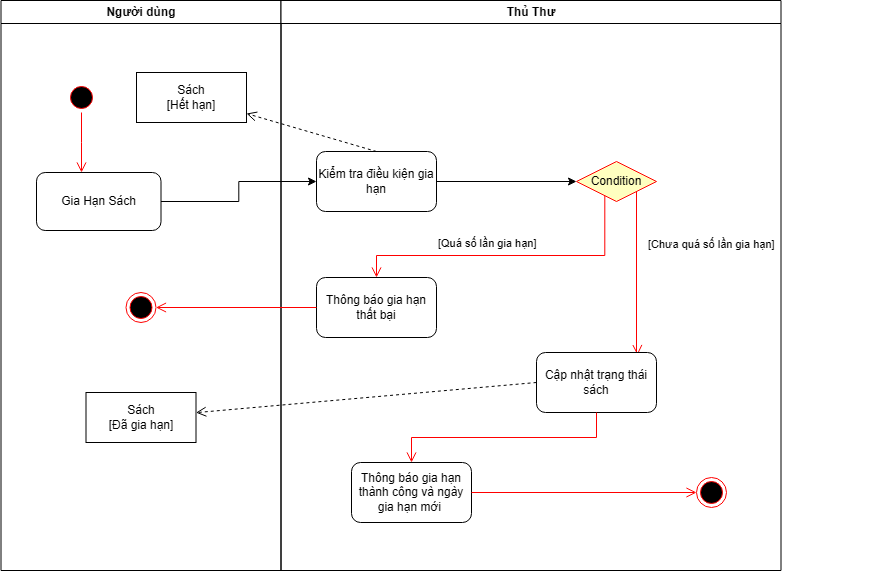
Earlier version of the draw.io export Activity Diagram/UC gia hạn sách/UC Gia Hạn Sách.png (kimcuongdev/LibrarySystemAD). Source tidied: cells renumbered, new cells last; positions are measured from the earlier drawing's top-left corner, leaving out a move shared by most shapes.
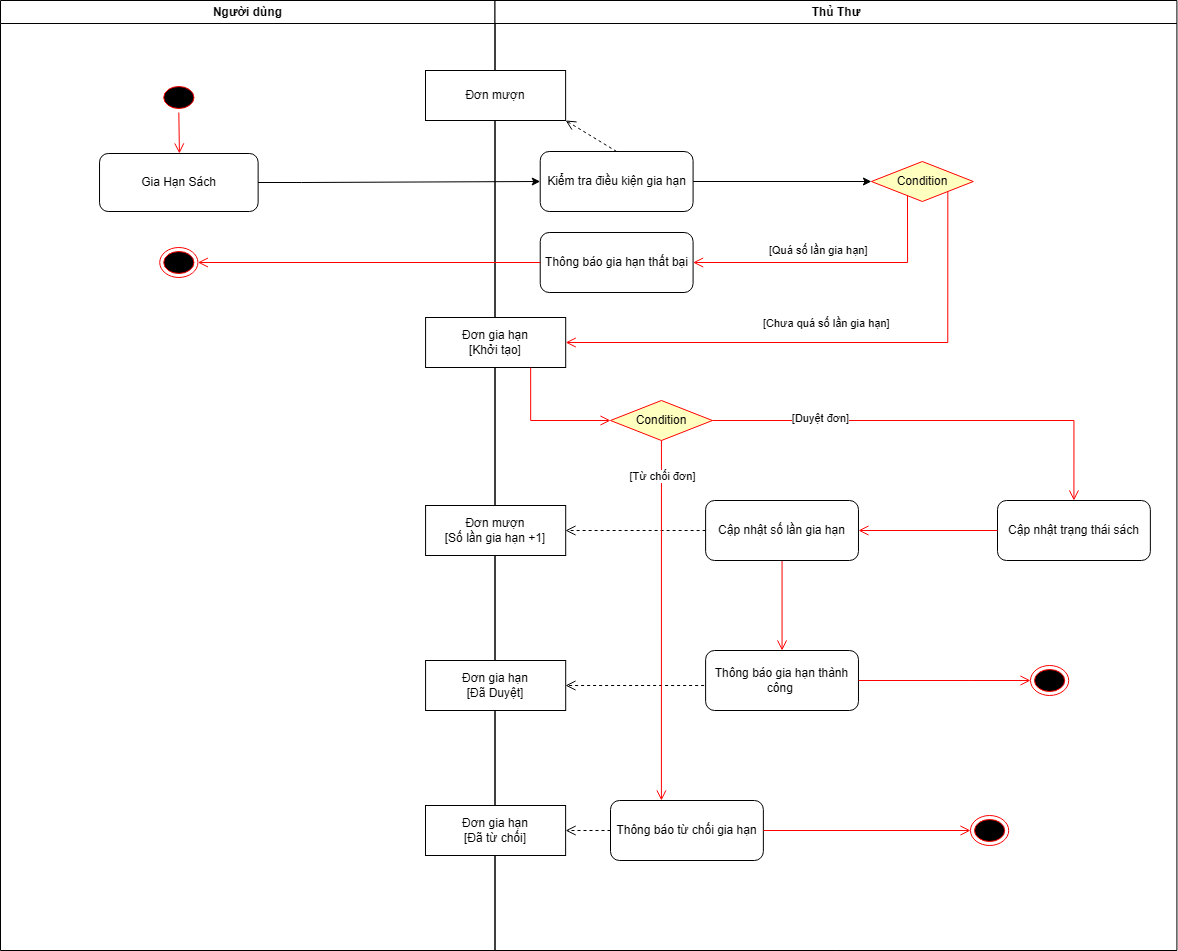
Above is the later version.

The edit, as a diff of the source:
```diff
@@ -2,87 +2,165 @@
   <root>
     <mxCell id="0" />
     <mxCell id="1" parent="0" />
-    <mxCell id="2" style="group;" parent="1" vertex="1">
-      <mxGeometry x="50.5" width="840" height="570" as="geometry" />
-    </mxCell>
+    <mxCell id="26" style="group;" parent="1" vertex="1">
+      <mxGeometry x="-1264" y="-88" width="1176.4" height="950" as="geometry" />
+    </mxCell>
-    <mxCell id="3" value="Người dùng" style="swimlane;whiteSpace=wrap;" parent="2" vertex="1">
-      <mxGeometry x="-50" width="280" height="570" as="geometry" />
+    <mxCell id="3" value="Người dùng" style="swimlane;whiteSpace=wrap;" parent="26" vertex="1">
+      <mxGeometry width="494.5" height="950" as="geometry" />
     </mxCell>
     <mxCell id="4" style="ellipse;shape=startState;fillColor=#000000;strokeColor=#ff0000;" parent="3" vertex="1">
-      <mxGeometry x="65.5" y="82" width="30" height="30" as="geometry" />
+      <mxGeometry x="159.2" y="82" width="38.2" height="30" as="geometry" />
     </mxCell>
-    <mxCell id="5" style="edgeStyle=elbowEdgeStyle;elbow=horizontal;verticalAlign=bottom;endArrow=open;endSize=8;strokeColor=#FF0000;endFill=1;rounded=0;" parent="3" edge="1" source="4" target="6">
-      <mxGeometry x="100" y="40" as="geometry" />
+    <mxCell id="5" style="edgeStyle=elbowEdgeStyle;elbow=horizontal;verticalAlign=bottom;endArrow=open;endSize=8;strokeColor=#FF0000;endFill=1;rounded=0;" parent="3" edge="1" source="4">
+      <mxGeometry x="127.4" y="40" as="geometry">
+        <mxPoint x="178.4" y="153" as="targetPoint" />
+      </mxGeometry>
     </mxCell>
+    <mxCell id="7" style="ellipse;html=1;shape=endState;fillColor=#000000;strokeColor=#ff0000;" parent="3" vertex="1">
+      <mxGeometry x="159.2" y="247" width="38.2" height="30" as="geometry" />
+    </mxCell>
     <mxCell id="6" value="Gia Hạn Sách" style="rounded=1;whiteSpace=wrap;html=1;" parent="3" vertex="1">
-      <mxGeometry x="35.5" y="172" width="124.5" height="58" as="geometry" />
+      <mxGeometry x="99" y="153" width="158.6" height="58" as="geometry" />
     </mxCell>
-    <mxCell id="7" style="ellipse;html=1;shape=endState;fillColor=#000000;strokeColor=#ff0000;" parent="3" vertex="1">
-      <mxGeometry x="125" y="292" width="30" height="30" as="geometry" />
-    </mxCell>
-    <mxCell id="8" value="Sách&lt;div&gt;[Hết hạn]&lt;/div&gt;" style="html=1;whiteSpace=wrap;" parent="3" vertex="1">
-      <mxGeometry x="135.5" y="72" width="110" height="50" as="geometry" />
-    </mxCell>
-    <mxCell id="9" value="Sách&lt;div&gt;[Đã gia hạn]&lt;/div&gt;" style="html=1;whiteSpace=wrap;" parent="3" vertex="1">
-      <mxGeometry x="85" y="392" width="110" height="50" as="geometry" />
-    </mxCell>
-    <mxCell id="10" value="Thủ Thư" style="swimlane;whiteSpace=wrap;" parent="2" vertex="1">
-      <mxGeometry x="230" width="500" height="570" as="geometry" />
+    <mxCell id="10" value="Thủ Thư" style="swimlane;whiteSpace=wrap;" parent="26" vertex="1">
+      <mxGeometry x="494.5" width="681.9" height="950" as="geometry" />
     </mxCell>
     <mxCell id="11" style="edgeStyle=orthogonalEdgeStyle;rounded=0;jettySize=auto;html=1;exitX=1;exitY=0.5;exitDx=0;exitDy=0;entryX=0;entryY=0.5;entryDx=0;entryDy=0;" parent="10" edge="1" source="12" target="13">
       <mxGeometry relative="1" as="geometry" />
     </mxCell>
     <mxCell id="12" value="Kiểm tra điều kiện gia hạn" style="whiteSpace=wrap;html=1;rounded=1;" parent="10" vertex="1">
-      <mxGeometry x="35.5" y="151" width="120" height="60" as="geometry" />
+      <mxGeometry x="45.2" y="151" width="152.9" height="60" as="geometry" />
     </mxCell>
     <mxCell id="13" value="Condition" style="rhombus;whiteSpace=wrap;html=1;fontColor=#000000;fillColor=#ffffc0;strokeColor=#ff0000;" parent="10" vertex="1">
-      <mxGeometry x="295.5" y="161" width="80" height="40" as="geometry" />
+      <mxGeometry x="376.4" y="161" width="101.9" height="40" as="geometry" />
     </mxCell>
-    <mxCell id="14" value="[Chưa quá số lần gia hạn]" style="edgeStyle=orthogonalEdgeStyle;html=1;align=left;verticalAlign=top;endArrow=open;endSize=8;strokeColor=#ff0000;rounded=0;entryX=0.842;entryY=0.043;entryDx=0;entryDy=0;exitX=1;exitY=1;exitDx=0;exitDy=0;entryPerimeter=0;" parent="10" edge="1" source="13" target="17">
-      <mxGeometry x="-0.52" y="10" relative="1" as="geometry">
+    <mxCell id="14" value="[Chưa quá số lần gia hạn]" style="edgeStyle=orthogonalEdgeStyle;html=1;align=left;verticalAlign=top;endArrow=open;endSize=8;strokeColor=#ff0000;rounded=0;exitX=1;exitY=1;exitDx=0;exitDy=0;entryX=1;entryY=0.5;entryDx=0;entryDy=0;" parent="10" edge="1" source="13" target="27">
+      <mxGeometry x="0.27" y="-32" relative="1" as="geometry">
         <Array as="points">
-          <mxPoint x="355" y="352" />
-          <mxPoint x="357" y="352" />
+          <mxPoint x="453" y="342" />
         </Array>
+        <mxPoint x="1" as="offset" />
       </mxGeometry>
     </mxCell>
     <mxCell id="15" value="Thông báo gia hạn thất bại" style="rounded=1;whiteSpace=wrap;html=1;" parent="10" vertex="1">
-      <mxGeometry x="35.5" y="277" width="120" height="60" as="geometry" />
+      <mxGeometry x="45.2" y="232" width="152.9" height="60" as="geometry" />
     </mxCell>
-    <mxCell id="16" value="[Quá số lần gia hạn]&amp;nbsp;" style="edgeStyle=orthogonalEdgeStyle;html=1;align=left;verticalAlign=bottom;endArrow=open;endSize=8;strokeColor=#ff0000;rounded=0;entryX=0.5;entryY=0;entryDx=0;entryDy=0;exitX=0.354;exitY=0.857;exitDx=0;exitDy=0;exitPerimeter=0;" parent="10" edge="1" source="13" target="15">
+    <mxCell id="16" value="[Quá số lần gia hạn]&amp;nbsp;" style="edgeStyle=orthogonalEdgeStyle;html=1;align=left;verticalAlign=bottom;endArrow=open;endSize=8;strokeColor=#ff0000;rounded=0;entryX=1;entryY=0.5;entryDx=0;entryDy=0;exitX=0.354;exitY=0.857;exitDx=0;exitDy=0;exitPerimeter=0;" parent="10" edge="1" source="13" target="15">
       <mxGeometry x="0.47" y="-3" relative="1" as="geometry">
         <Array as="points">
-          <mxPoint x="324" y="255" />
-          <mxPoint x="95" y="255" />
+          <mxPoint x="412.7" y="262" />
         </Array>
       </mxGeometry>
     </mxCell>
+    <mxCell id="27" value="Đơn gia hạn&lt;div&gt;[Khởi tạo]&lt;/div&gt;" style="html=1;whiteSpace=wrap;" parent="10" vertex="1">
+      <mxGeometry x="-69.4" y="317" width="140.1" height="50" as="geometry" />
+    </mxCell>
+    <mxCell id="28" value="Đơn gia hạn&lt;div&gt;[Đã Duyệt]&lt;/div&gt;" style="html=1;whiteSpace=wrap;" parent="10" vertex="1">
+      <mxGeometry x="-69.4" y="660" width="140.1" height="50" as="geometry" />
+    </mxCell>
+    <mxCell id="29" style="edgeStyle=orthogonalEdgeStyle;html=1;verticalAlign=bottom;endArrow=open;endSize=8;strokeColor=#ff0000;rounded=0;exitX=1;exitY=0.5;exitDx=0;exitDy=0;entryX=0.5;entryY=0;entryDx=0;entryDy=0;" parent="10" edge="1" source="36" target="17">
+      <mxGeometry relative="1" as="geometry">
+        <Array as="points">
+          <mxPoint x="579" y="420" />
+        </Array>
+      </mxGeometry>
+    </mxCell>
+    <mxCell id="30" value="[Duyệt đơn]" style="edgeLabel;html=1;align=center;verticalAlign=middle;" parent="29" vertex="1">
+      <mxGeometry x="-0.51" y="3" relative="1" as="geometry" />
+    </mxCell>
+    <mxCell id="31" value="Đơn mượn&lt;div&gt;[Số lần gia hạn +1]&lt;/div&gt;" style="html=1;whiteSpace=wrap;" parent="10" vertex="1">
+      <mxGeometry x="-69.4" y="505" width="140.1" height="50" as="geometry" />
+    </mxCell>
+    <mxCell id="8" value="Đơn mượn" style="html=1;whiteSpace=wrap;" parent="10" vertex="1">
+      <mxGeometry x="-69.5" y="70" width="140.1" height="50" as="geometry" />
+    </mxCell>
+    <mxCell id="24" style="html=1;verticalAlign=bottom;endArrow=open;dashed=1;endSize=8;curved=0;rounded=0;exitX=0.5;exitY=0;exitDx=0;exitDy=0;entryX=1;entryY=1;entryDx=0;entryDy=0;" parent="10" edge="1" source="12" target="8">
+      <mxGeometry relative="1" as="geometry" />
+    </mxCell>
+    <mxCell id="32" style="html=1;verticalAlign=bottom;endArrow=open;dashed=1;endSize=8;curved=0;rounded=0;exitX=0;exitY=0.5;exitDx=0;exitDy=0;entryX=1;entryY=0.5;entryDx=0;entryDy=0;" parent="10" edge="1">
+      <mxGeometry relative="1" as="geometry">
+        <mxPoint x="305.1" y="685" as="sourcePoint" />
+        <mxPoint x="70.5" y="685" as="targetPoint" />
+      </mxGeometry>
+    </mxCell>
     <mxCell id="17" value="Cập nhật trạng thái sách" style="rounded=1;whiteSpace=wrap;html=1;" parent="10" vertex="1">
-      <mxGeometry x="255.5" y="352" width="120" height="60" as="geometry" />
+      <mxGeometry x="502.5" y="500" width="152.9" height="60" as="geometry" />
     </mxCell>
-    <mxCell id="18" style="edgeStyle=orthogonalEdgeStyle;html=1;verticalAlign=bottom;endArrow=open;endSize=8;strokeColor=#ff0000;rounded=0;exitX=0.5;exitY=1;exitDx=0;exitDy=0;entryX=0.5;entryY=0;entryDx=0;entryDy=0;" parent="10" edge="1" source="17" target="19">
+    <mxCell id="18" style="edgeStyle=orthogonalEdgeStyle;html=1;verticalAlign=bottom;endArrow=open;endSize=8;strokeColor=#ff0000;rounded=0;exitX=0.5;exitY=1;exitDx=0;exitDy=0;entryX=0.5;entryY=0;entryDx=0;entryDy=0;" parent="10" edge="1" source="33" target="19">
       <mxGeometry relative="1" as="geometry" />
     </mxCell>
-    <mxCell id="19" value="Thông báo gia hạn thành công và ngày gia hạn mới&amp;nbsp;" style="rounded=1;whiteSpace=wrap;html=1;" parent="10" vertex="1">
-      <mxGeometry x="70.5" y="462" width="120" height="60" as="geometry" />
+    <mxCell id="19" value="Thông báo gia hạn thành công&amp;nbsp;" style="rounded=1;whiteSpace=wrap;html=1;" parent="10" vertex="1">
+      <mxGeometry x="210.6" y="650" width="152.9" height="60" as="geometry" />
     </mxCell>
     <mxCell id="20" style="ellipse;html=1;shape=endState;fillColor=#000000;strokeColor=#ff0000;" parent="10" vertex="1">
-      <mxGeometry x="415.5" y="477" width="30" height="30" as="geometry" />
+      <mxGeometry x="535.5" y="665" width="38.2" height="30" as="geometry" />
     </mxCell>
     <mxCell id="21" style="edgeStyle=orthogonalEdgeStyle;html=1;verticalAlign=bottom;endArrow=open;endSize=8;strokeColor=#ff0000;rounded=0;exitX=1;exitY=0.5;exitDx=0;exitDy=0;entryX=0;entryY=0.5;entryDx=0;entryDy=0;" parent="10" edge="1" source="19" target="20">
-      <mxGeometry relative="1" as="geometry" />
+      <mxGeometry relative="1" as="geometry">
+        <Array as="points">
+          <mxPoint x="475" y="680" />
+          <mxPoint x="475" y="680" />
+        </Array>
+      </mxGeometry>
     </mxCell>
+    <mxCell id="33" value="Cập nhật số lần gia hạn" style="whiteSpace=wrap;html=1;rounded=1;" parent="10" vertex="1">
+      <mxGeometry x="210.6" y="500" width="152.9" height="60" as="geometry" />
+    </mxCell>
+    <mxCell id="34" style="edgeStyle=orthogonalEdgeStyle;html=1;verticalAlign=bottom;endArrow=open;endSize=8;strokeColor=#ff0000;rounded=0;exitX=0;exitY=0.5;exitDx=0;exitDy=0;entryX=1;entryY=0.5;entryDx=0;entryDy=0;" parent="10" edge="1" source="17" target="33">
+      <mxGeometry relative="1" as="geometry" />
+    </mxCell>
+    <mxCell id="35" style="html=1;verticalAlign=bottom;endArrow=open;dashed=1;endSize=8;curved=0;rounded=0;exitX=0;exitY=0.5;exitDx=0;exitDy=0;entryX=1;entryY=0.5;entryDx=0;entryDy=0;" parent="10" edge="1" source="33">
+      <mxGeometry relative="1" as="geometry">
+        <mxPoint x="70.5" y="530" as="targetPoint" />
+      </mxGeometry>
+    </mxCell>
+    <mxCell id="36" value="Condition" style="rhombus;whiteSpace=wrap;html=1;fontColor=#000000;fillColor=#ffffc0;strokeColor=#ff0000;" parent="10" vertex="1">
+      <mxGeometry x="115.5" y="400" width="101.9" height="40" as="geometry" />
+    </mxCell>
+    <mxCell id="37" style="edgeStyle=orthogonalEdgeStyle;html=1;verticalAlign=bottom;endArrow=open;endSize=8;strokeColor=#ff0000;rounded=0;exitX=0.75;exitY=1;exitDx=0;exitDy=0;entryX=0;entryY=0.5;entryDx=0;entryDy=0;" parent="10" edge="1" source="27" target="36">
+      <mxGeometry relative="1" as="geometry">
+        <Array as="points">
+          <mxPoint x="35.5" y="420" />
+        </Array>
+      </mxGeometry>
+    </mxCell>
+    <mxCell id="38" value="Thông báo từ chối gia hạn" style="rounded=1;whiteSpace=wrap;html=1;" parent="10" vertex="1">
+      <mxGeometry x="115.5" y="800" width="152.9" height="60" as="geometry" />
+    </mxCell>
+    <mxCell id="39" style="edgeStyle=orthogonalEdgeStyle;html=1;verticalAlign=bottom;endArrow=open;endSize=8;strokeColor=#ff0000;rounded=0;exitX=0.5;exitY=1;exitDx=0;exitDy=0;" parent="10" edge="1" source="36">
+      <mxGeometry relative="1" as="geometry">
+        <mxPoint x="166.5" y="800" as="targetPoint" />
+        <Array as="points">
+          <mxPoint x="166" y="800" />
+        </Array>
+      </mxGeometry>
+    </mxCell>
+    <mxCell id="40" value="[Từ chối đơn]" style="edgeLabel;html=1;align=center;verticalAlign=middle;" parent="39" vertex="1">
+      <mxGeometry x="-0.78" y="2" relative="1" as="geometry">
+        <mxPoint x="-2" y="-5" as="offset" />
+      </mxGeometry>
+    </mxCell>
+    <mxCell id="41" value="Đơn gia hạn&lt;div&gt;[Đã từ chối]&lt;/div&gt;" style="html=1;whiteSpace=wrap;" parent="10" vertex="1">
+      <mxGeometry x="-69.5" y="805" width="140.1" height="50" as="geometry" />
+    </mxCell>
+    <mxCell id="42" style="html=1;verticalAlign=bottom;endArrow=open;dashed=1;endSize=8;curved=0;rounded=0;exitX=0;exitY=0.5;exitDx=0;exitDy=0;entryX=1;entryY=0.5;entryDx=0;entryDy=0;" parent="10" edge="1" source="38" target="41">
+      <mxGeometry relative="1" as="geometry" />
+    </mxCell>
+    <mxCell id="43" style="ellipse;html=1;shape=endState;fillColor=#000000;strokeColor=#ff0000;" parent="10" vertex="1">
+      <mxGeometry x="475.5" y="815" width="38.2" height="30" as="geometry" />
+    </mxCell>
+    <mxCell id="44" style="edgeStyle=orthogonalEdgeStyle;html=1;verticalAlign=bottom;endArrow=open;endSize=8;strokeColor=#ff0000;rounded=0;exitX=1;exitY=0.5;exitDx=0;exitDy=0;entryX=0;entryY=0.5;entryDx=0;entryDy=0;" parent="10" edge="1" source="38" target="43">
+      <mxGeometry relative="1" as="geometry" />
+    </mxCell>
+    <mxCell id="23" style="edgeStyle=orthogonalEdgeStyle;html=1;verticalAlign=bottom;endArrow=open;endSize=8;strokeColor=#ff0000;rounded=0;entryX=1;entryY=0.5;entryDx=0;entryDy=0;exitX=0;exitY=0.5;exitDx=0;exitDy=0;" parent="26" edge="1" source="15" target="7">
+      <mxGeometry relative="1" as="geometry" />
+    </mxCell>
-    <mxCell id="22" style="edgeStyle=orthogonalEdgeStyle;rounded=0;jettySize=auto;html=1;" parent="2" edge="1" source="6" target="12">
-      <mxGeometry relative="1" as="geometry" />
+    <mxCell id="22" style="edgeStyle=orthogonalEdgeStyle;rounded=0;jettySize=auto;html=1;entryX=0;entryY=0.5;entryDx=0;entryDy=0;" parent="26" edge="1" source="6" target="12">
+      <mxGeometry relative="1" as="geometry">
+        <Array as="points">
+          <mxPoint x="301" y="182" />
+        </Array>
+      </mxGeometry>
     </mxCell>
-    <mxCell id="23" style="edgeStyle=orthogonalEdgeStyle;html=1;verticalAlign=bottom;endArrow=open;endSize=8;strokeColor=#ff0000;rounded=0;entryX=1;entryY=0.5;entryDx=0;entryDy=0;exitX=0;exitY=0.5;exitDx=0;exitDy=0;" parent="2" edge="1" source="15" target="7">
-      <mxGeometry relative="1" as="geometry" />
-    </mxCell>
-    <mxCell id="24" style="html=1;verticalAlign=bottom;endArrow=open;dashed=1;endSize=8;curved=0;rounded=0;exitX=0.5;exitY=0;exitDx=0;exitDy=0;" parent="2" edge="1" source="12" target="8">
-      <mxGeometry relative="1" as="geometry" />
-    </mxCell>
-    <mxCell id="25" style="html=1;verticalAlign=bottom;endArrow=open;dashed=1;endSize=8;curved=0;rounded=0;exitX=0;exitY=0.5;exitDx=0;exitDy=0;" parent="2" edge="1" source="17" target="9">
-      <mxGeometry relative="1" as="geometry" />
-    </mxCell>
   </root>
 </mxGraphModel>
```
